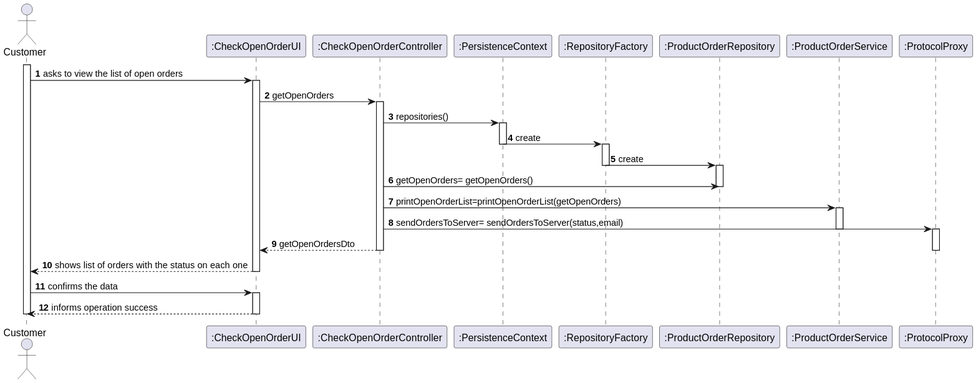
This is docs/Sprint4/US1502/US1502_SD.svg from marttuga/LAPR4-SmartSystems, a PlantUML export, as it was before one commit.
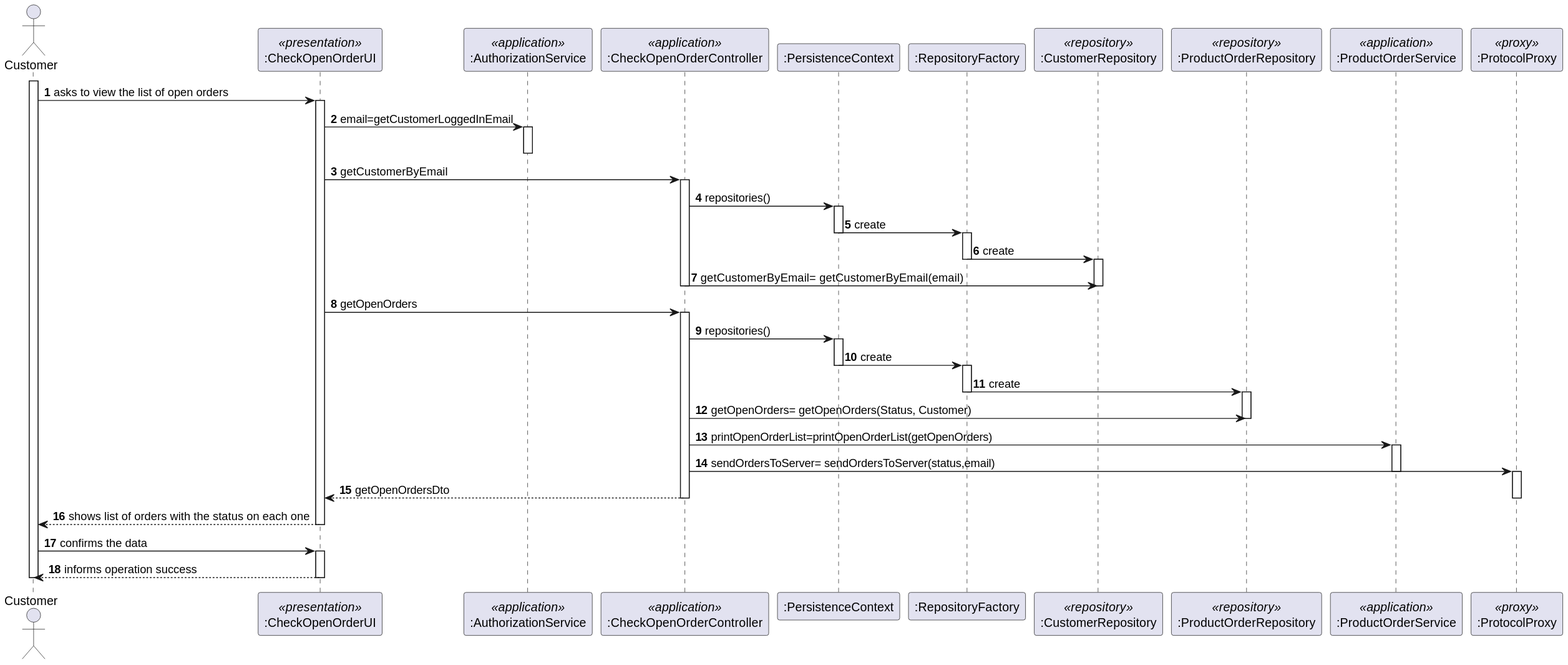
Above is the later version.

Diff of the diagram source:
```diff
@@ -1,21 +1,48 @@
 @startuml
 autonumber
 actor "Customer" as WE
-participant ":CheckOpenOrderUI" as UI
-participant ":CheckOpenOrderController" as CTRL
+participant ":CheckOpenOrderUI" as UI <<presentation>>
+participant ":AuthorizationService" as Au <<application>>
+participant ":CheckOpenOrderController" as CTRL <<application>>
 participant ":PersistenceContext" as PC
 participant ":RepositoryFactory" as RF
-participant ":ProductOrderRepository" as ProdRepo
-participant ":ProductOrderService" as ProdS
-participant ":ProtocolProxy" as P
+participant ":CustomerRepository" as CRepo <<repository>>
+participant ":ProductOrderRepository" as ProdRepo <<repository>>
+participant ":ProductOrderService" as ProdS <<application>>
+participant ":ProtocolProxy" as P <<proxy>>
 
 activate WE
 
 WE -> UI : asks to view the list of open orders
 activate UI
+UI -> Au : email=getCustomerLoggedInEmail
+activate Au
+deactivate CTRL
+deactivate Au
 
 
+UI -> CTRL : getCustomerByEmail
+activate CTRL
+CTRL -> PC : repositories()
+
+activate PC
+PC -> RF : create
+deactivate PC
+activate RF
+RF -> CRepo : create
+deactivate RF
+activate CRepo
+
+
+
+CTRL -> CRepo :  getCustomerByEmail=  getCustomerByEmail(email)
+
+deactivate CTRL
+
+deactivate CRepo
+
 UI -> CTRL : getOpenOrders
+
 activate CTRL
 CTRL -> PC : repositories()
 
@@ -26,11 +53,14 @@
 RF -> ProdRepo : create
 deactivate RF
 activate ProdRepo
+
+
+CTRL -> ProdRepo : getOpenOrders= getOpenOrders(Status, Customer)
 deactivate ProdRepo
-CTRL -> ProdRepo : getOpenOrders= getOpenOrders()
+
+
+CTRL -> ProdS : printOpenOrderList=printOpenOrderList(getOpenOrders)
 deactivate ProdRepo
-CTRL -> ProdS : printOpenOrderList=printOpenOrderList(getOpenOrders)
-
 activate ProdS
 
 CTRL -> P : sendOrdersToServer= sendOrdersToServer(status,email)
```
